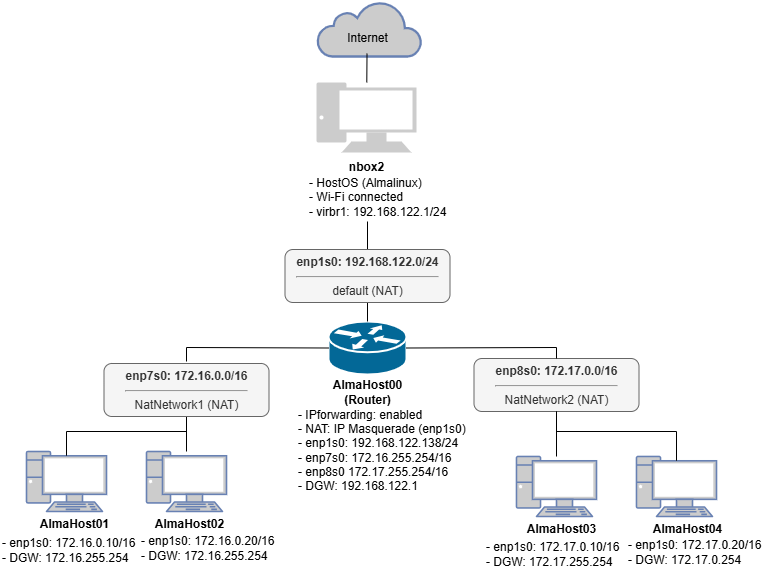
haru186f/kvm-network-lab keeps this draw.io diagram as architecture/network-diagram.drawio.png. Above is the earlier version. Source tidied: cells renumbered, new cells last; positions are measured from the earlier drawing's top-left corner, leaving out a move shared by most shapes.
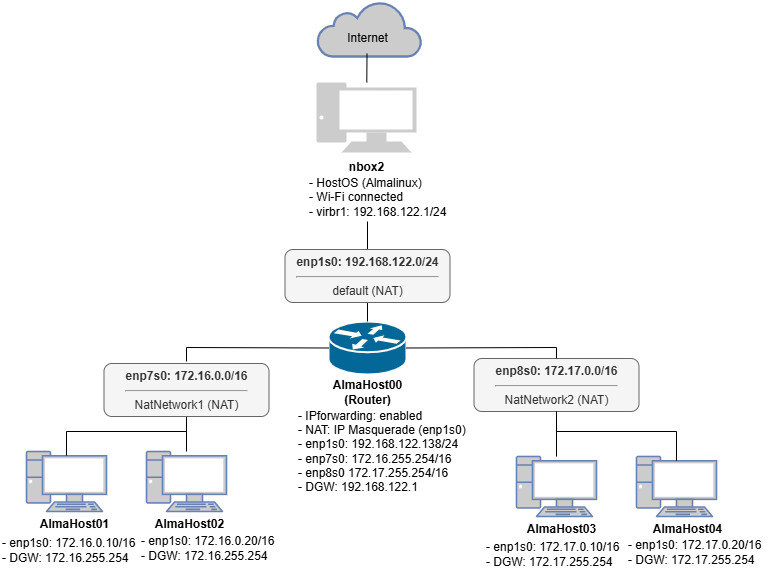
The same diagram one commit later.

The edit, as a diff of the source:
```diff
@@ -117,7 +117,7 @@
     <mxCell id="32" value="&lt;span style=&quot;background-color: transparent;&quot;&gt;&lt;font style=&quot;color: rgb(0, 0, 0);&quot;&gt;&lt;p style=&quot;&quot;&gt;&lt;span style=&quot;background-color: transparent;&quot;&gt;&lt;br&gt;&lt;/span&gt;&lt;/p&gt;&lt;p style=&quot;&quot;&gt;&lt;span style=&quot;background-color: transparent;&quot;&gt;&lt;font style=&quot;color: rgb(0, 0, 0);&quot;&gt;- IPforwarding: enabled&lt;br&gt;&lt;/font&gt;&lt;/span&gt;&lt;span style=&quot;background-color: transparent;&quot;&gt;&lt;font style=&quot;color: rgb(0, 0, 0);&quot;&gt;- NAT: IP Masquerade (enp1s0)&lt;br&gt;- enp1s0: 192.168.122.138/24&lt;br&gt;- enp7s0: 172.16.255.254/16&lt;br&gt;- enp8s0 172.17.255.254/16&lt;br&gt;&lt;/font&gt;&lt;/span&gt;&lt;span style=&quot;background-color: transparent;&quot;&gt;&lt;font style=&quot;color: rgb(0, 0, 0);&quot;&gt;- DGW: 192.168.122.1&lt;/font&gt;&lt;/span&gt;&lt;/p&gt;&lt;/font&gt;&lt;/span&gt;" style="text;html=1;align=left;verticalAlign=middle;strokeColor=none;fillColor=none;" parent="1" vertex="1">
       <mxGeometry x="296" y="362" width="186" height="149" as="geometry" />
     </mxCell>
-    <mxCell id="33" value="- enp1s0: 172.17.0.20/16&lt;br&gt;- DGW: 172.17.0.254" style="text;html=1;align=left;verticalAlign=middle;strokeColor=none;fillColor=none;" parent="1" vertex="1">
+    <mxCell id="33" value="- enp1s0: 172.17.0.20/16&lt;br&gt;- DGW: 172.17.255.254" style="text;html=1;align=left;verticalAlign=middle;strokeColor=none;fillColor=none;" parent="1" vertex="1">
       <mxGeometry x="626" y="530" width="151" height="41" as="geometry" />
     </mxCell>
     <mxCell id="34" value="&lt;b&gt;enp7s0: 172.16.0.0/16&lt;/b&gt;&lt;div&gt;&lt;hr&gt;NatNetwork1 (NAT)&lt;/div&gt;" style="rounded=1;whiteSpace=wrap;html=1;fillColor=#f5f5f5;fontColor=#333333;strokeColor=#666666;" parent="1" vertex="1">
```
